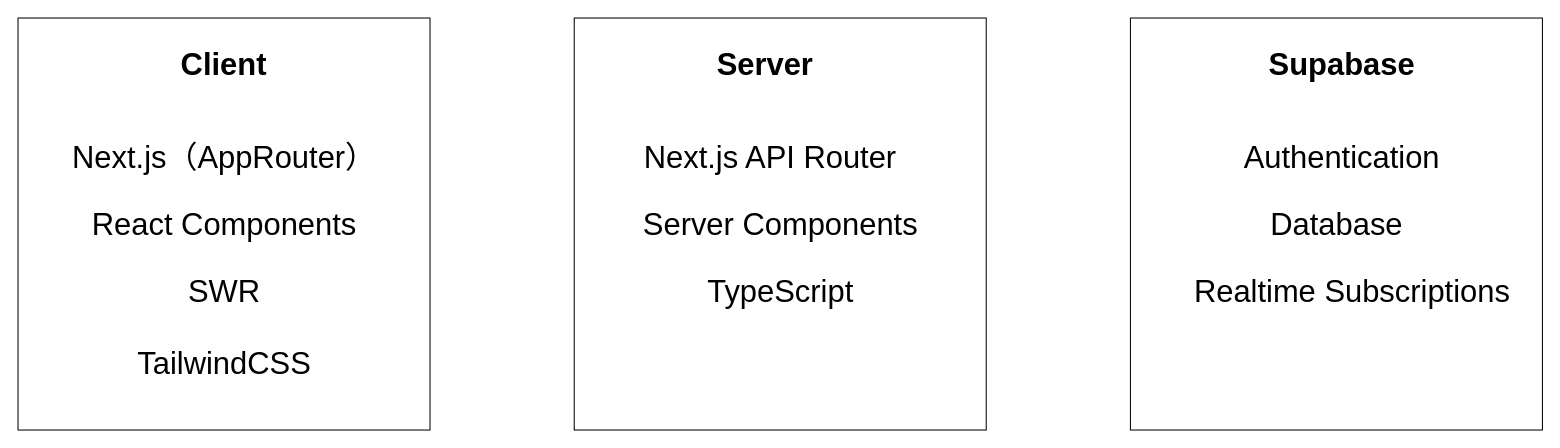
Before: architecture.drawio in kei615ykhm/logic-loom-memo, a draw.io diagram. Source tidied: cells renumbered, new cells numbered last; positions are measured from the earlier drawing's top-left corner, leaving out a move shared by most shapes. Both pictures are drawn from the tidied source at 103%, with x=0, y=0 at pixel (18, 18).
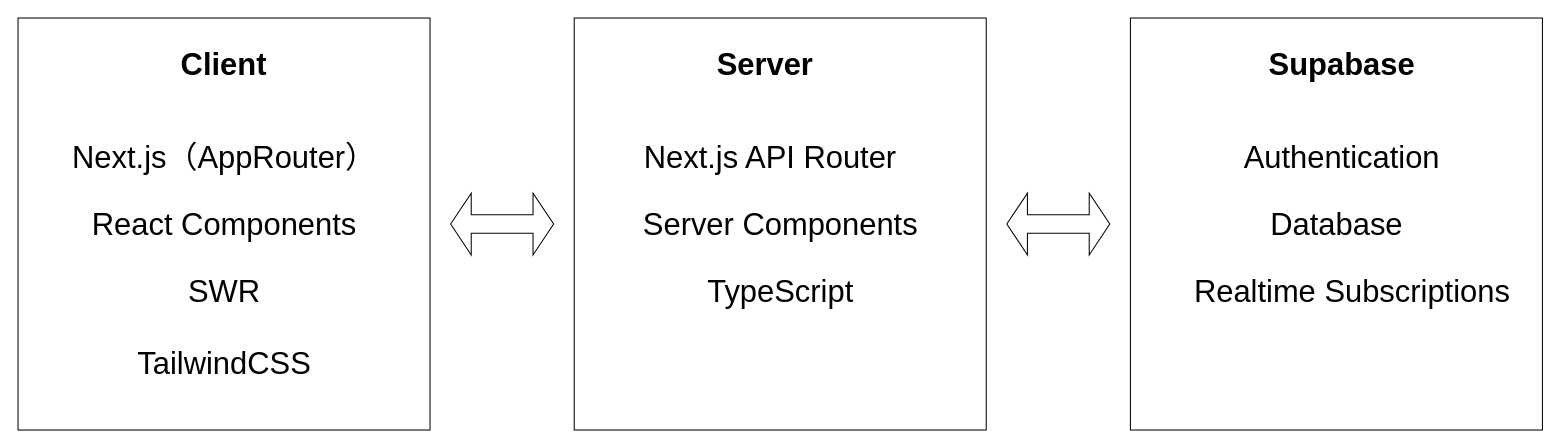
Above is the later version.

Commit message:
add: データの流れを→で追加

The edit, as a diff of the source:
```diff
@@
 <mxGraphModel>
   <root>
     <mxCell id="0" />
     <mxCell id="1" parent="0" />
     <mxCell id="2" style="whiteSpace=wrap;html=1;" parent="1" vertex="1">
       <mxGeometry width="400" height="400" as="geometry" />
     </mxCell>
     <mxCell id="3" value="Client" style="text;strokeColor=none;align=center;fillColor=none;html=1;verticalAlign=middle;whiteSpace=wrap;rounded=0;fontSize=30;fontStyle=1;" parent="1" vertex="1">
       <mxGeometry x="170" y="30" width="60" height="30" as="geometry" />
     </mxCell>
     <mxCell id="4" value="Next.js（AppRouter）" style="text;html=1;align=center;verticalAlign=middle;strokeColor=none;fillColor=none;fontSize=30;" parent="1" vertex="1">
       <mxGeometry x="40" y="110" width="320" height="50" as="geometry" />
     </mxCell>
     <mxCell id="5" value="React Components" style="text;html=1;align=center;verticalAlign=middle;strokeColor=none;fillColor=none;fontSize=30;" parent="1" vertex="1">
       <mxGeometry x="60" y="175" width="280" height="50" as="geometry" />
     </mxCell>
     <mxCell id="6" value="SWR" style="text;html=1;align=center;verticalAlign=middle;strokeColor=none;fillColor=none;fontSize=30;" parent="1" vertex="1">
       <mxGeometry x="155" y="240" width="90" height="50" as="geometry" />
     </mxCell>
     <mxCell id="7" value="TailwindCSS" style="text;html=1;align=center;verticalAlign=middle;strokeColor=none;fillColor=none;fontSize=30;" parent="1" vertex="1">
       <mxGeometry x="105" y="310" width="190" height="50" as="geometry" />
     </mxCell>
     <mxCell id="8" style="whiteSpace=wrap;html=1;fontSize=30;" parent="1" vertex="1">
       <mxGeometry x="540" width="400" height="400" as="geometry" />
     </mxCell>
     <mxCell id="9" style="whiteSpace=wrap;html=1;fontSize=30;" parent="1" vertex="1">
       <mxGeometry x="1080" width="400" height="400" as="geometry" />
     </mxCell>
     <mxCell id="10" value="Server" style="text;html=1;align=center;verticalAlign=middle;strokeColor=none;fillColor=none;fontSize=30;fontStyle=1;" parent="1" vertex="1">
       <mxGeometry x="665" y="20" width="120" height="50" as="geometry" />
     </mxCell>
     <mxCell id="11" value="&lt;span style=&quot;&quot;&gt;Next.js API Router&lt;/span&gt;" style="text;html=1;align=center;verticalAlign=middle;strokeColor=none;fillColor=none;fontSize=30;" parent="1" vertex="1">
       <mxGeometry x="595" y="110" width="270" height="50" as="geometry" />
     </mxCell>
     <mxCell id="12" value="Server Components" style="text;html=1;align=center;verticalAlign=middle;strokeColor=none;fillColor=none;fontSize=30;" parent="1" vertex="1">
       <mxGeometry x="595" y="175" width="290" height="50" as="geometry" />
     </mxCell>
     <mxCell id="13" value="TypeScript" style="text;html=1;align=center;verticalAlign=middle;strokeColor=none;fillColor=none;fontSize=30;" parent="1" vertex="1">
       <mxGeometry x="655" y="240" width="170" height="50" as="geometry" />
     </mxCell>
     <mxCell id="14" value="Supabase" style="text;html=1;align=center;verticalAlign=middle;strokeColor=none;fillColor=none;fontSize=30;fontStyle=1;" parent="1" vertex="1">
       <mxGeometry x="1200" y="20" width="170" height="50" as="geometry" />
     </mxCell>
     <mxCell id="15" value="Authentication" style="text;html=1;align=center;verticalAlign=middle;strokeColor=none;fillColor=none;fontSize=30;" parent="1" vertex="1">
       <mxGeometry x="1180" y="110" width="210" height="50" as="geometry" />
     </mxCell>
     <mxCell id="16" value="Database" style="text;html=1;align=center;verticalAlign=middle;strokeColor=none;fillColor=none;fontSize=30;" parent="1" vertex="1">
       <mxGeometry x="1205" y="175" width="150" height="50" as="geometry" />
     </mxCell>
     <mxCell id="17" value="Realtime Subscriptions" style="text;html=1;align=center;verticalAlign=middle;strokeColor=none;fillColor=none;fontSize=30;" parent="1" vertex="1">
       <mxGeometry x="1130" y="240" width="330" height="50" as="geometry" />
     </mxCell>
+    <mxCell id="18" style="shape=doubleArrow;whiteSpace=wrap;html=1;fontSize=30;" parent="1" vertex="1">
+      <mxGeometry x="960" y="170" width="100" height="60" as="geometry" />
+    </mxCell>
+    <mxCell id="19" style="shape=doubleArrow;whiteSpace=wrap;html=1;fontSize=30;" parent="1" vertex="1">
+      <mxGeometry x="420" y="170" width="100" height="60" as="geometry" />
+    </mxCell>
   </root>
 </mxGraphModel>
```
